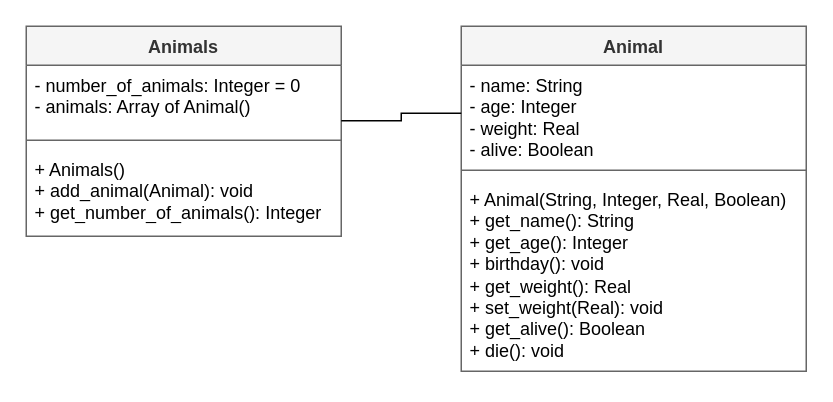
This is page "class3" (4 of 7) of ah-cs/sdd/AH-SDD-Animals/assets/diagrams/AH-SDD-Animals.drawio from MrFriendCS/MrFriendCS.github.io, a draw.io file, before an edit. Source tidied: cells renumbered, new cells numbered last; positions are measured from the earlier drawing's top-left corner, leaving out a move shared by most shapes. Both pictures are drawn from the tidied source at 150%, with x=0, y=0 at pixel (26, 26).
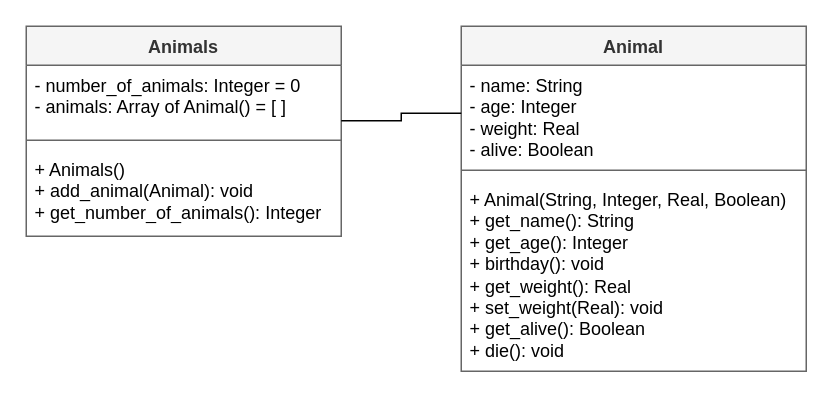
The same page after the edit.

The edit, as a diff of the source:
```diff
@@
 <mxGraphModel>
   <root>
     <mxCell id="0" />
     <mxCell id="1" parent="0" />
     <mxCell id="2" value="Animals" style="swimlane;fontStyle=1;align=center;verticalAlign=top;horizontal=1;startSize=26;whiteSpace=wrap;html=1;fillColor=#f5f5f5;fontColor=#333333;strokeColor=#666666;" parent="1" vertex="1">
       <mxGeometry width="210" height="140" as="geometry" />
     </mxCell>
-    <mxCell id="3" value="&lt;div&gt;- number_of_animals: Integer = 0&lt;/div&gt;&lt;div&gt;- animals: Array of Animal()&lt;/div&gt;" style="text;strokeColor=none;fillColor=none;align=left;verticalAlign=top;spacingLeft=4;spacingRight=4;overflow=hidden;points=[[0,0.5],[1,0.5]];portConstraint=eastwest;whiteSpace=wrap;html=1;" parent="2" vertex="1">
+    <mxCell id="3" value="&lt;div&gt;- number_of_animals: Integer = 0&lt;/div&gt;&lt;div&gt;- animals: Array of Animal() = [ ]&lt;/div&gt;" style="text;strokeColor=none;fillColor=none;align=left;verticalAlign=top;spacingLeft=4;spacingRight=4;overflow=hidden;points=[[0,0.5],[1,0.5]];portConstraint=eastwest;whiteSpace=wrap;html=1;" parent="2" vertex="1">
       <mxGeometry y="26" width="210" height="44" as="geometry" />
     </mxCell>
     <mxCell id="4" style="line;strokeWidth=1;fillColor=none;align=left;verticalAlign=middle;spacingTop=-1;spacingLeft=3;spacingRight=3;labelPosition=right;strokeColor=inherit;" parent="2" vertex="1">
       <mxGeometry y="70" width="210" height="12" as="geometry" />
     </mxCell>
     <mxCell id="5" value="+ Animals()&lt;div&gt;+ add_animal(Animal): void&lt;/div&gt;&lt;div&gt;+ get_number_of_animals(): Integer&lt;/div&gt;" style="text;strokeColor=none;fillColor=none;align=left;verticalAlign=top;spacingLeft=4;spacingRight=4;overflow=hidden;whiteSpace=wrap;html=1;" parent="2" vertex="1">
       <mxGeometry y="82" width="210" height="58" as="geometry" />
     </mxCell>
     <mxCell id="6" value="Animal" style="swimlane;fontStyle=1;align=center;verticalAlign=top;horizontal=1;startSize=26;whiteSpace=wrap;html=1;fillColor=#f5f5f5;fontColor=#333333;strokeColor=#666666;" parent="1" vertex="1">
       <mxGeometry x="290" width="230" height="230" as="geometry" />
     </mxCell>
     <mxCell id="7" value="- name: String&lt;div&gt;- age: Integer&lt;/div&gt;&lt;div&gt;- weight: Real&lt;/div&gt;&lt;div&gt;- alive: Boolean&lt;/div&gt;" style="text;strokeColor=none;fillColor=none;align=left;verticalAlign=top;spacingLeft=4;spacingRight=4;overflow=hidden;points=[[0,0.5],[1,0.5]];portConstraint=eastwest;whiteSpace=wrap;html=1;" parent="6" vertex="1">
       <mxGeometry y="26" width="230" height="64" as="geometry" />
     </mxCell>
     <mxCell id="8" style="line;strokeWidth=1;fillColor=none;align=left;verticalAlign=middle;spacingTop=-1;spacingLeft=3;spacingRight=3;labelPosition=right;strokeColor=inherit;" parent="6" vertex="1">
       <mxGeometry y="90" width="230" height="12" as="geometry" />
     </mxCell>
     <mxCell id="9" value="+ Animal(String, Integer, Real, Boolean)&lt;div&gt;+ get_name(): String&lt;/div&gt;&lt;div&gt;+ get_age(): Integer&lt;/div&gt;&lt;div&gt;+ birthday(): void&lt;/div&gt;&lt;div&gt;+ get_weight(): Real&lt;/div&gt;&lt;div&gt;+ set_weight(Real): void&lt;/div&gt;&lt;div&gt;+ get_alive(): Boolean&lt;/div&gt;&lt;div&gt;+ die(): void&lt;/div&gt;" style="text;strokeColor=none;fillColor=none;align=left;verticalAlign=top;spacingLeft=4;spacingRight=4;overflow=hidden;whiteSpace=wrap;html=1;" parent="6" vertex="1">
       <mxGeometry y="102" width="230" height="128" as="geometry" />
     </mxCell>
     <mxCell id="10" style="edgeStyle=orthogonalEdgeStyle;rounded=0;jettySize=auto;html=1;exitX=1;exitY=0.841;exitDx=0;exitDy=0;entryX=0;entryY=0.5;entryDx=0;entryDy=0;endArrow=none;endFill=0;exitPerimeter=0;" parent="1" edge="1" source="3" target="7">
       <mxGeometry relative="1" as="geometry" />
     </mxCell>
   </root>
 </mxGraphModel>
```
